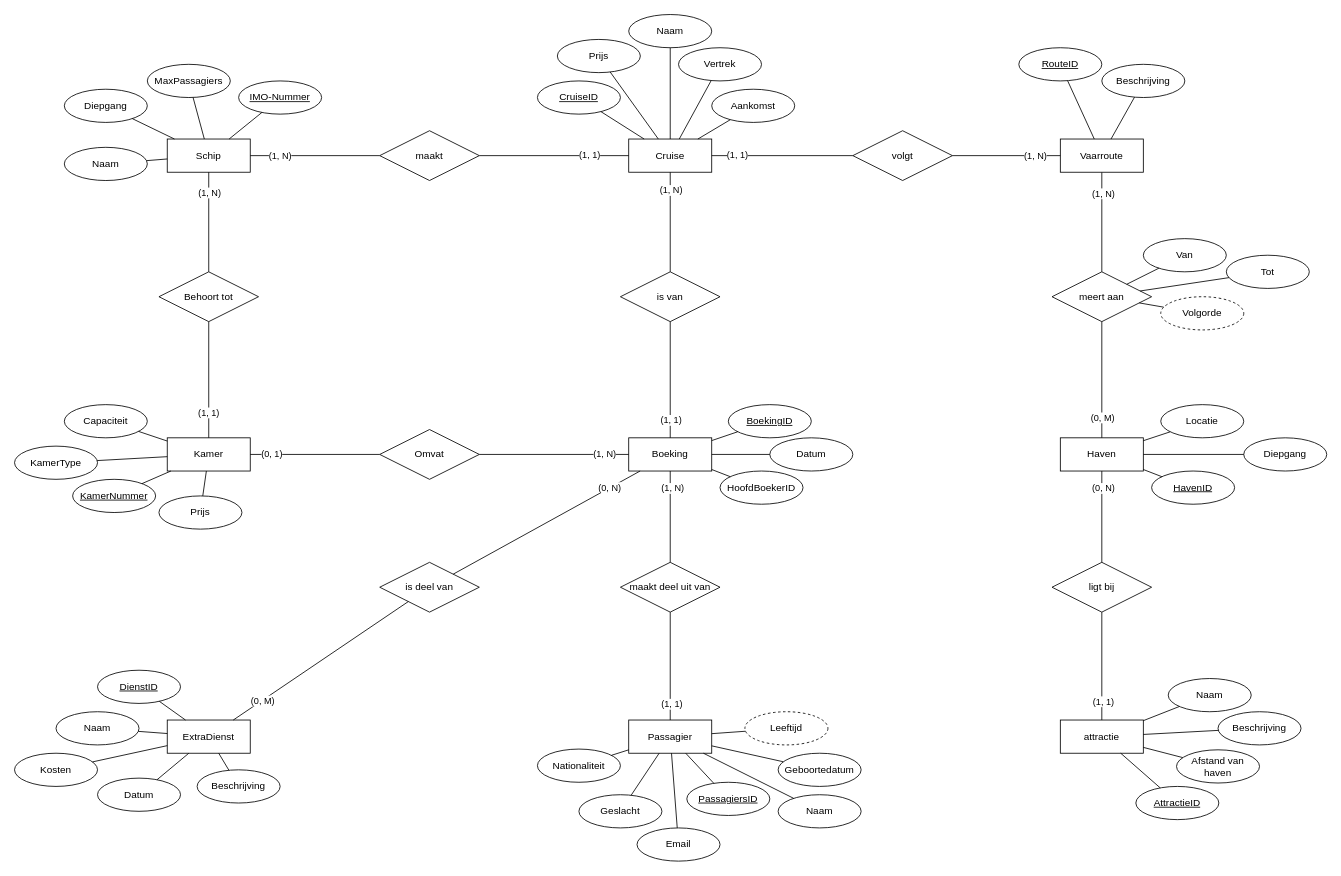
This is conceptueel/conceptueel_datamodel_team_66.drawio from LarsDeGelasUCLL/DF_Groep_66, a draw.io file, before an edit. Source tidied: cells renumbered, new cells numbered last; positions are measured from the earlier drawing's top-left corner, leaving out a move shared by most shapes. Both pictures are drawn from the tidied source at 83%, with x=0, y=0 at pixel (14, 14).
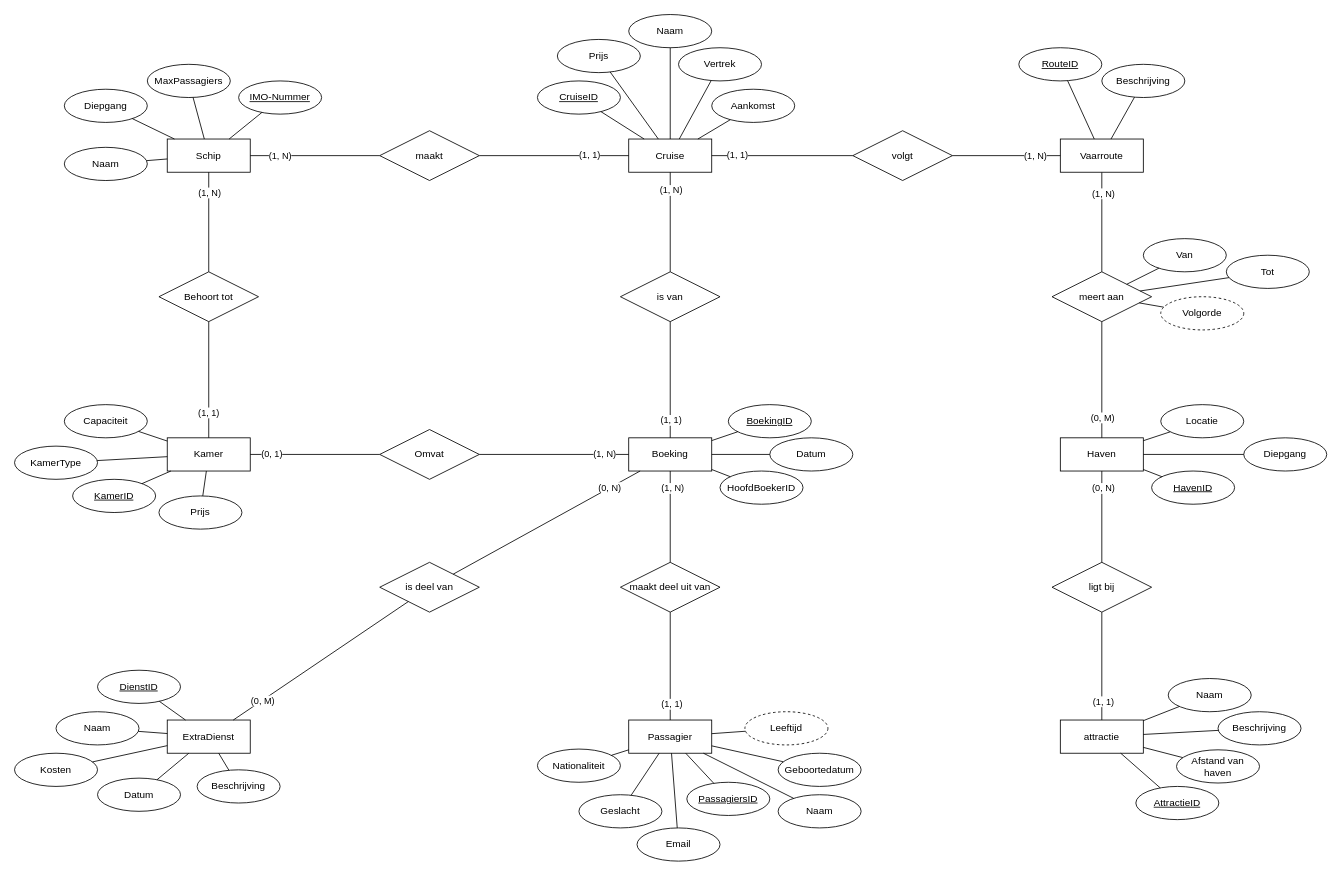
The same page after the edit.

Commit message (it also covers changes not shown here):
Final conceptueel + Final logisch

What changed in the source:
```diff
@@
-    <mxCell id="104" value="KamerNummer" style="ellipse;whiteSpace=wrap;html=1;align=center;fontStyle=4;" parent="1" vertex="1">
+    <mxCell id="104" value="KamerID" style="ellipse;whiteSpace=wrap;html=1;align=center;fontStyle=4;" parent="1" vertex="1">
       <mxGeometry x="70" y="560" width="100" height="40" as="geometry" />
     </mxCell>
```
